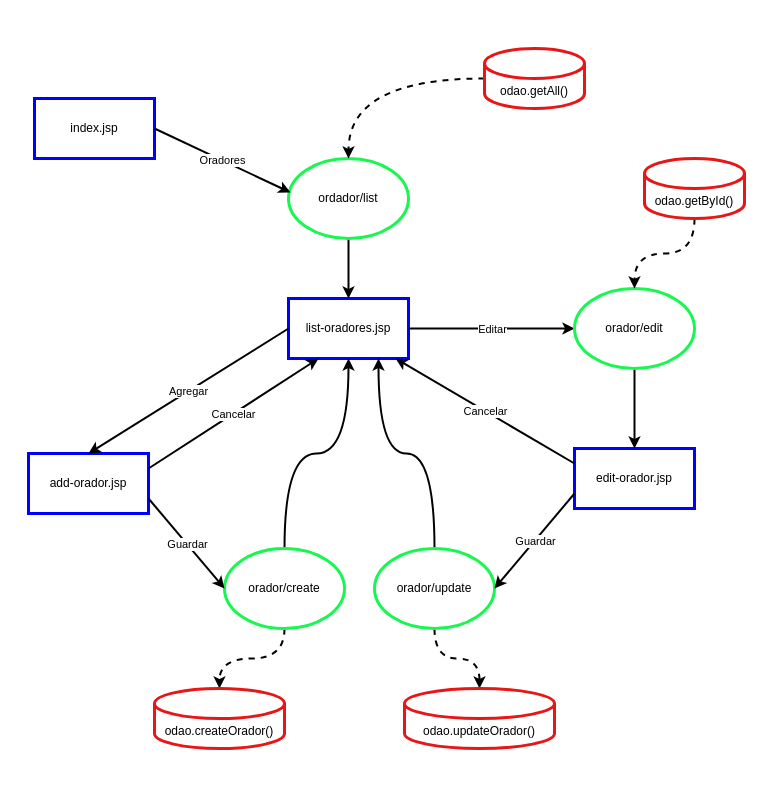
Earlier version of the draw.io diagram crud-orador-model.drawio (gcasado0/cac-java-web). Source tidied: cells renumbered, new cells numbered last; positions are measured from the earlier drawing's top-left corner, leaving out a move shared by most shapes. Both pictures are drawn from the tidied source at 100%, with x=0, y=0 at pixel (28, 48).
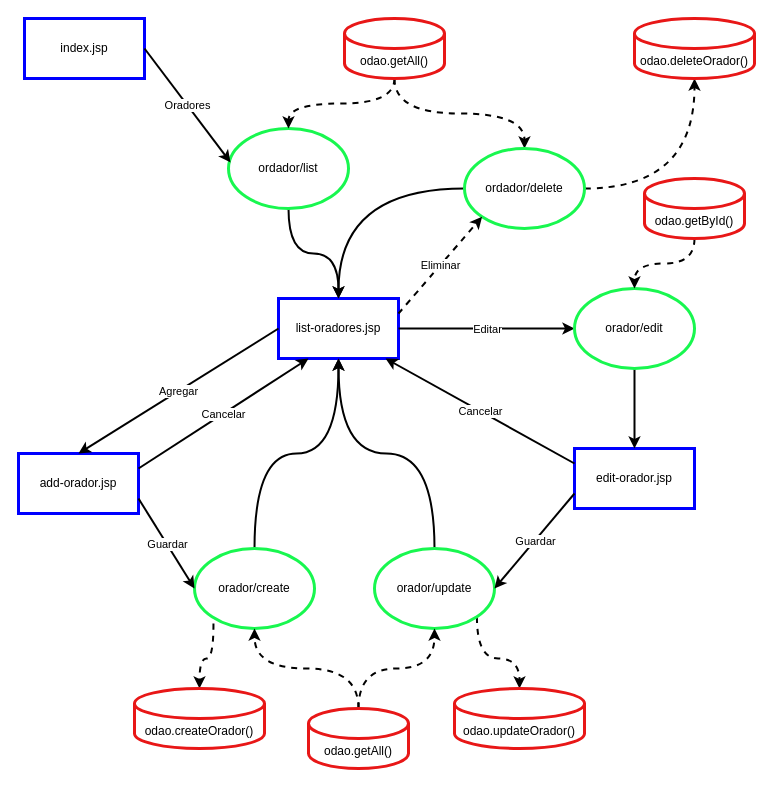
Above is the later version.

The change refers to these unchanged cells:
```xml
<mxCell id="28" value="orador/update" style="ellipse;whiteSpace=wrap;html=1;strokeWidth=3;strokeColor=#18f74f;" parent="1" vertex="1">
  <mxGeometry x="346" y="500" width="120" height="80" as="geometry" />
</mxCell>
```

What changed in the source:
```diff
@@
     <mxCell id="2" value="index.jsp" style="rounded=0;whiteSpace=wrap;html=1;strokeColor=#0000FF;strokeWidth=3;" parent="1" vertex="1">
-      <mxGeometry x="6" y="50" width="120" height="60" as="geometry" />
+      <mxGeometry x="-4" y="-30" width="120" height="60" as="geometry" />
     </mxCell>
     <mxCell id="3" value="list-oradores.jsp" style="rounded=0;whiteSpace=wrap;html=1;strokeColor=#0000FF;strokeWidth=3;" parent="1" vertex="1">
-      <mxGeometry x="260" y="250" width="120" height="60" as="geometry" />
+      <mxGeometry x="250" y="250" width="120" height="60" as="geometry" />
     </mxCell>
@@
     <mxCell id="5" value="ordador/list" style="ellipse;whiteSpace=wrap;html=1;strokeWidth=3;strokeColor=#18f74f;" parent="1" vertex="1">
-      <mxGeometry x="260" y="110" width="120" height="80" as="geometry" />
+      <mxGeometry x="200" y="80" width="120" height="80" as="geometry" />
     </mxCell>
     <mxCell id="6" value="add-orador.jsp" style="rounded=0;whiteSpace=wrap;html=1;strokeColor=#0000FF;strokeWidth=3;" parent="1" vertex="1">
-      <mxGeometry y="405" width="120" height="60" as="geometry" />
+      <mxGeometry x="-10" y="405" width="120" height="60" as="geometry" />
     </mxCell>
@@
-    <mxCell id="8" style="edgeStyle=orthogonalEdgeStyle;curved=1;jettySize=auto;html=1;strokeWidth=2;dashed=1;" parent="1" edge="1" source="9" target="12">
+    <mxCell id="8" style="edgeStyle=orthogonalEdgeStyle;curved=1;jettySize=auto;html=1;strokeWidth=2;dashed=1;exitX=0.158;exitY=0.938;exitDx=0;exitDy=0;exitPerimeter=0;" parent="1" edge="1" source="9" target="12">
       <mxGeometry relative="1" as="geometry" />
     </mxCell>
     <mxCell id="9" value="orador/create" style="ellipse;whiteSpace=wrap;html=1;strokeWidth=3;strokeColor=#18f74f;" parent="1" vertex="1">
-      <mxGeometry x="196" y="500" width="120" height="80" as="geometry" />
+      <mxGeometry x="166" y="500" width="120" height="80" as="geometry" />
     </mxCell>
@@
     <mxCell id="12" value="odao.createOrador()" style="shape=cylinder3;whiteSpace=wrap;html=1;boundedLbl=1;backgroundOutline=1;size=15;strokeWidth=3;strokeColor=#e81717;" parent="1" vertex="1">
-      <mxGeometry x="126" y="640" width="130" height="60" as="geometry" />
+      <mxGeometry x="106" y="640" width="130" height="60" as="geometry" />
     </mxCell>
@@
     <mxCell id="25" value="odao.getById()" style="shape=cylinder3;whiteSpace=wrap;html=1;boundedLbl=1;backgroundOutline=1;size=15;strokeWidth=3;strokeColor=#e81717;" parent="1" vertex="1">
-      <mxGeometry x="616" y="110" width="100" height="60" as="geometry" />
+      <mxGeometry x="616" y="130" width="100" height="60" as="geometry" />
     </mxCell>
-    <mxCell id="26" style="edgeStyle=orthogonalEdgeStyle;curved=1;jettySize=auto;html=1;entryX=0.5;entryY=0;entryDx=0;entryDy=0;entryPerimeter=0;dashed=1;strokeWidth=2;" parent="1" edge="1" source="28" target="31">
+    <mxCell id="26" style="edgeStyle=orthogonalEdgeStyle;curved=1;jettySize=auto;html=1;entryX=0.5;entryY=0;entryDx=0;entryDy=0;entryPerimeter=0;dashed=1;strokeWidth=2;exitX=1;exitY=1;exitDx=0;exitDy=0;" parent="1" edge="1" source="28" target="31">
       <mxGeometry relative="1" as="geometry" />
     </mxCell>
-    <mxCell id="27" style="edgeStyle=orthogonalEdgeStyle;curved=1;jettySize=auto;html=1;entryX=0.75;entryY=1;entryDx=0;entryDy=0;strokeWidth=2;" parent="1" edge="1" source="28" target="3">
+    <mxCell id="27" style="edgeStyle=orthogonalEdgeStyle;curved=1;jettySize=auto;html=1;entryX=0.5;entryY=1;entryDx=0;entryDy=0;strokeWidth=2;" parent="1" edge="1" source="28" target="3">
       <mxGeometry relative="1" as="geometry" />
     </mxCell>
@@
     <mxCell id="31" value="odao.updateOrador()" style="shape=cylinder3;whiteSpace=wrap;html=1;boundedLbl=1;backgroundOutline=1;size=15;strokeWidth=3;strokeColor=#e81717;" parent="1" vertex="1">
-      <mxGeometry x="376" y="640" width="150" height="60" as="geometry" />
+      <mxGeometry x="426" y="640" width="130" height="60" as="geometry" />
     </mxCell>
@@
+    <mxCell id="36" style="edgeStyle=orthogonalEdgeStyle;curved=1;jettySize=auto;html=1;dashed=1;strokeWidth=2;exitX=0.5;exitY=1;exitDx=0;exitDy=0;exitPerimeter=0;" parent="1" edge="1" source="33" target="42">
+      <mxGeometry relative="1" as="geometry" />
+    </mxCell>
     <mxCell id="33" value="odao.getAll()" style="shape=cylinder3;whiteSpace=wrap;html=1;boundedLbl=1;backgroundOutline=1;size=15;strokeWidth=3;strokeColor=#e81717;" parent="1" vertex="1">
-      <mxGeometry x="456" width="100" height="60" as="geometry" />
+      <mxGeometry x="316" y="-30" width="100" height="60" as="geometry" />
     </mxCell>
@@
+    <mxCell id="37" style="edgeStyle=orthogonalEdgeStyle;jettySize=auto;html=1;entryX=0.5;entryY=1;entryDx=0;entryDy=0;curved=1;strokeWidth=2;dashed=1;" parent="1" edge="1" source="39" target="9">
+      <mxGeometry relative="1" as="geometry" />
+    </mxCell>
+    <mxCell id="38" style="edgeStyle=orthogonalEdgeStyle;jettySize=auto;html=1;entryX=0.5;entryY=1;entryDx=0;entryDy=0;curved=1;dashed=1;strokeWidth=2;" parent="1" edge="1" source="39" target="28">
+      <mxGeometry relative="1" as="geometry" />
+    </mxCell>
+    <mxCell id="39" value="odao.getAll()" style="shape=cylinder3;whiteSpace=wrap;html=1;boundedLbl=1;backgroundOutline=1;size=15;strokeWidth=3;strokeColor=#e81717;" parent="1" vertex="1">
+      <mxGeometry x="280" y="660" width="100" height="60" as="geometry" />
+    </mxCell>
+    <mxCell id="40" style="edgeStyle=orthogonalEdgeStyle;curved=1;jettySize=auto;html=1;entryX=0.5;entryY=1;entryDx=0;entryDy=0;entryPerimeter=0;dashed=1;strokeWidth=2;" parent="1" edge="1" source="42" target="45">
+      <mxGeometry relative="1" as="geometry" />
+    </mxCell>
+    <mxCell id="41" style="edgeStyle=orthogonalEdgeStyle;curved=1;jettySize=auto;html=1;entryX=0.5;entryY=0;entryDx=0;entryDy=0;strokeWidth=2;" parent="1" edge="1" source="42" target="3">
+      <mxGeometry relative="1" as="geometry" />
+    </mxCell>
+    <mxCell id="42" value="ordador/delete" style="ellipse;whiteSpace=wrap;html=1;strokeWidth=3;strokeColor=#18f74f;" parent="1" vertex="1">
+      <mxGeometry x="436" y="100" width="120" height="80" as="geometry" />
+    </mxCell>
+    <mxCell id="43" style="endArrow=classic;html=1;dashed=1;strokeWidth=2;curved=1;exitX=1;exitY=0.25;exitDx=0;exitDy=0;entryX=0;entryY=1;entryDx=0;entryDy=0;" parent="1" edge="1" source="3" target="42">
+      <mxGeometry relative="1" as="geometry" />
+    </mxCell>
+    <mxCell id="44" value="Eliminar" style="edgeLabel;html=1;align=center;verticalAlign=middle;" parent="43" vertex="1">
+      <mxGeometry relative="1" as="geometry" />
+    </mxCell>
+    <mxCell id="45" value="odao.deleteOrador()" style="shape=cylinder3;whiteSpace=wrap;html=1;boundedLbl=1;backgroundOutline=1;size=15;strokeWidth=3;strokeColor=#e81717;" parent="1" vertex="1">
+      <mxGeometry x="606" y="-30" width="120" height="60" as="geometry" />
+    </mxCell>
```
